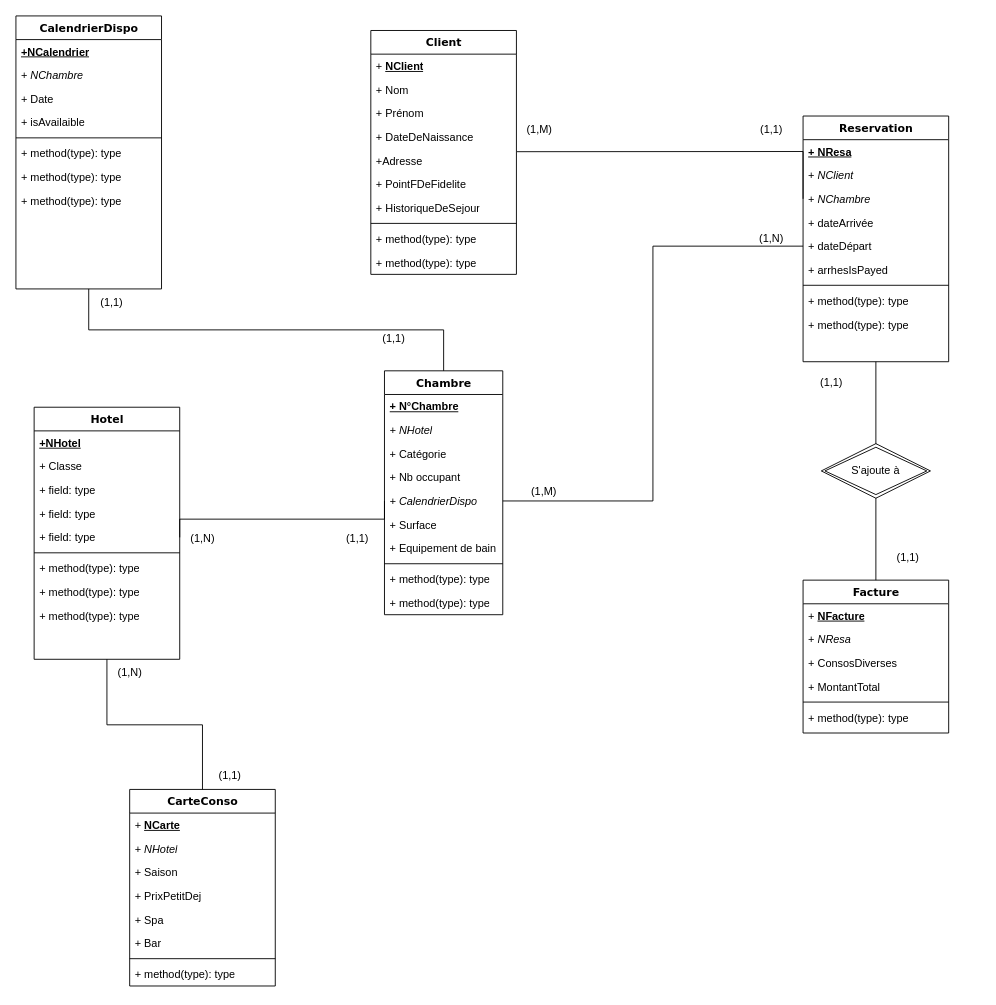
Earlier version of the draw.io diagram Untitled Diagram.drawio (Adrien-bot/Biostat-BDD). Source tidied: cells renumbered, new cells numbered last; positions are measured from the earlier drawing's top-left corner, leaving out a move shared by most shapes. Both pictures are drawn from the tidied source at 91%, with x=0, y=0 at pixel (15, 15).
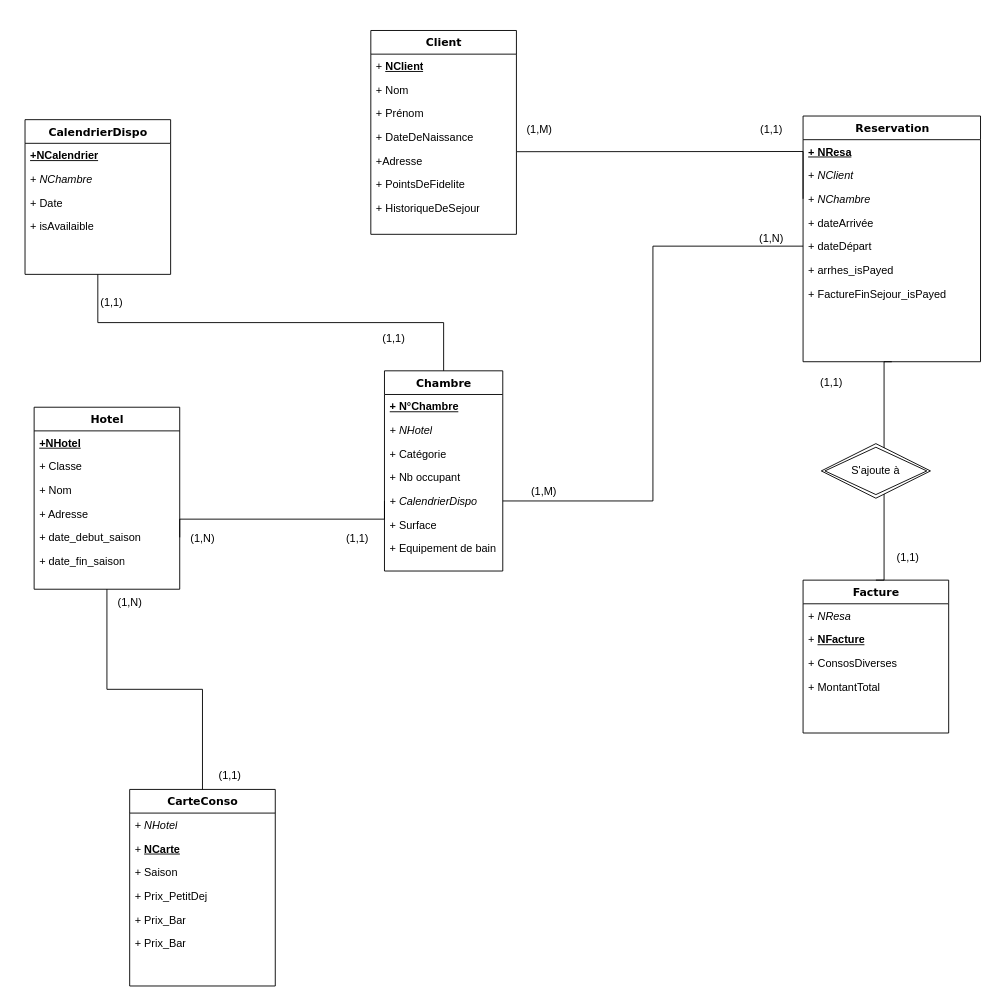
After the change.

Unchanged cells that the change refers to:
```xml
<mxCell id="54" value="Facture" style="swimlane;html=1;fontStyle=1;align=center;verticalAlign=top;horizontal=1;startSize=26;swimlaneFillColor=#ffffff;rounded=0;shadow=0;comic=0;labelBackgroundColor=none;strokeWidth=1;fillColor=none;fontFamily=Verdana;fontSize=12;" parent="1" vertex="1">
  <mxGeometry x="865" y="620" width="160" height="168" as="geometry" />
</mxCell>
<mxCell id="61" value="CarteConso" style="swimlane;html=1;fontStyle=1;align=center;verticalAlign=top;horizontal=1;startSize=26;swimlaneFillColor=#ffffff;rounded=0;shadow=0;comic=0;labelBackgroundColor=none;strokeWidth=1;fillColor=none;fontFamily=Verdana;fontSize=12;" parent="1" vertex="1">
  <mxGeometry x="125" y="850" width="160" height="216" as="geometry" />
</mxCell>
```

Change to the diagram source:
```diff
@@
     <mxCell id="3" value="Chambre" style="swimlane;html=1;fontStyle=1;align=center;verticalAlign=top;horizontal=1;startSize=26;swimlaneFillColor=#ffffff;rounded=0;shadow=0;comic=0;labelBackgroundColor=none;strokeWidth=1;fillColor=none;fontFamily=Verdana;fontSize=12;" parent="1" vertex="1">
-      <mxGeometry x="405" y="390" width="130" height="268" as="geometry" />
+      <mxGeometry x="405" y="390" width="130" height="220" as="geometry" />
     </mxCell>
@@
-    <mxCell id="11" style="line;html=1;strokeWidth=1;fillColor=none;align=left;verticalAlign=middle;spacingTop=-1;spacingLeft=3;spacingRight=3;labelPosition=right;" parent="3" vertex="1">
-      <mxGeometry y="208" width="130" height="8" as="geometry" />
-    </mxCell>
-    <mxCell id="12" value="+ method(type): type" style="text;html=1;strokeColor=none;fillColor=none;align=left;verticalAlign=top;spacingLeft=4;spacingRight=4;whiteSpace=wrap;overflow=hidden;" parent="3" vertex="1">
-      <mxGeometry y="216" width="130" height="26" as="geometry" />
-    </mxCell>
-    <mxCell id="13" value="+ method(type): type" style="text;html=1;strokeColor=none;fillColor=none;align=left;verticalAlign=top;spacingLeft=4;spacingRight=4;whiteSpace=wrap;overflow=hidden;" parent="3" vertex="1">
-      <mxGeometry y="242" width="130" height="26" as="geometry" />
-    </mxCell>
     <mxCell id="14" value="Hotel" style="swimlane;html=1;fontStyle=1;align=center;verticalAlign=top;horizontal=1;startSize=26;swimlaneFillColor=#ffffff;rounded=0;shadow=0;comic=0;labelBackgroundColor=none;strokeWidth=1;fillColor=none;fontFamily=Verdana;fontSize=12;" parent="1" vertex="1">
-      <mxGeometry x="20" y="430" width="160" height="277" as="geometry" />
+      <mxGeometry x="20" y="430" width="160" height="200" as="geometry" />
     </mxCell>
@@
-    <mxCell id="17" value="+ field: type" style="text;html=1;strokeColor=none;fillColor=none;align=left;verticalAlign=top;spacingLeft=4;spacingRight=4;whiteSpace=wrap;overflow=hidden;" parent="14" vertex="1">
+    <mxCell id="17" value="+ Nom" style="text;html=1;strokeColor=none;fillColor=none;align=left;verticalAlign=top;spacingLeft=4;spacingRight=4;whiteSpace=wrap;overflow=hidden;" parent="14" vertex="1">
       <mxGeometry y="78" width="160" height="26" as="geometry" />
     </mxCell>
-    <mxCell id="18" value="+ field: type" style="text;html=1;strokeColor=none;fillColor=none;align=left;verticalAlign=top;spacingLeft=4;spacingRight=4;whiteSpace=wrap;overflow=hidden;" parent="14" vertex="1">
+    <mxCell id="18" value="+ Adresse" style="text;html=1;strokeColor=none;fillColor=none;align=left;verticalAlign=top;spacingLeft=4;spacingRight=4;whiteSpace=wrap;overflow=hidden;" parent="14" vertex="1">
       <mxGeometry y="104" width="160" height="26" as="geometry" />
     </mxCell>
-    <mxCell id="19" value="+ field: type" style="text;html=1;strokeColor=none;fillColor=none;align=left;verticalAlign=top;spacingLeft=4;spacingRight=4;whiteSpace=wrap;overflow=hidden;points=[[0,0.5],[1,0.5]];portConstraint=eastwest;" parent="14" vertex="1">
+    <mxCell id="19" value="&lt;div&gt;+ date_debut_saison&lt;/div&gt;" style="text;html=1;strokeColor=none;fillColor=none;align=left;verticalAlign=top;spacingLeft=4;spacingRight=4;whiteSpace=wrap;overflow=hidden;points=[[0,0.5],[1,0.5]];portConstraint=eastwest;" parent="14" vertex="1">
       <mxGeometry y="130" width="160" height="26" as="geometry" />
     </mxCell>
-    <mxCell id="20" style="line;html=1;strokeWidth=1;fillColor=none;align=left;verticalAlign=middle;spacingTop=-1;spacingLeft=3;spacingRight=3;labelPosition=right;" parent="14" vertex="1">
-      <mxGeometry y="156" width="160" height="8" as="geometry" />
-    </mxCell>
-    <mxCell id="21" value="+ method(type): type" style="text;html=1;strokeColor=none;fillColor=none;align=left;verticalAlign=top;spacingLeft=4;spacingRight=4;whiteSpace=wrap;overflow=hidden;" parent="14" vertex="1">
-      <mxGeometry y="164" width="160" height="26" as="geometry" />
-    </mxCell>
-    <mxCell id="22" value="+ method(type): type" style="text;html=1;strokeColor=none;fillColor=none;align=left;verticalAlign=top;spacingLeft=4;spacingRight=4;whiteSpace=wrap;overflow=hidden;" parent="14" vertex="1">
-      <mxGeometry y="190" width="160" height="26" as="geometry" />
-    </mxCell>
-    <mxCell id="23" value="+ method(type): type" style="text;html=1;strokeColor=none;fillColor=none;align=left;verticalAlign=top;spacingLeft=4;spacingRight=4;whiteSpace=wrap;overflow=hidden;" parent="14" vertex="1">
-      <mxGeometry y="216" width="160" height="26" as="geometry" />
-    </mxCell>
+    <mxCell id="90" value="&lt;div&gt;+ date_fin_saison&lt;/div&gt;" style="text;html=1;strokeColor=none;fillColor=none;align=left;verticalAlign=top;spacingLeft=4;spacingRight=4;whiteSpace=wrap;overflow=hidden;" parent="14" vertex="1">
+      <mxGeometry y="156" width="160" height="26" as="geometry" />
+    </mxCell>
     <mxCell id="24" value="Client" style="swimlane;html=1;fontStyle=1;align=center;verticalAlign=top;horizontal=1;startSize=26;swimlaneFillColor=#ffffff;rounded=0;shadow=0;comic=0;labelBackgroundColor=none;strokeWidth=1;fillColor=none;fontFamily=Verdana;fontSize=12;" parent="1" vertex="1">
-      <mxGeometry x="390" y="16" width="160" height="268" as="geometry" />
+      <mxGeometry x="390" y="16" width="160" height="224" as="geometry" />
     </mxCell>
@@
-    <mxCell id="30" value="+ PointFDeFidelite" style="text;html=1;strokeColor=none;fillColor=none;align=left;verticalAlign=top;spacingLeft=4;spacingRight=4;whiteSpace=wrap;overflow=hidden;" parent="24" vertex="1">
+    <mxCell id="30" value="+ PointsDeFidelite" style="text;html=1;strokeColor=none;fillColor=none;align=left;verticalAlign=top;spacingLeft=4;spacingRight=4;whiteSpace=wrap;overflow=hidden;" parent="24" vertex="1">
       <mxGeometry y="156" width="160" height="26" as="geometry" />
     </mxCell>
@@
-    <mxCell id="32" style="line;html=1;strokeWidth=1;fillColor=none;align=left;verticalAlign=middle;spacingTop=-1;spacingLeft=3;spacingRight=3;labelPosition=right;" parent="24" vertex="1">
-      <mxGeometry y="208" width="160" height="8" as="geometry" />
-    </mxCell>
-    <mxCell id="33" value="+ method(type): type" style="text;html=1;strokeColor=none;fillColor=none;align=left;verticalAlign=top;spacingLeft=4;spacingRight=4;whiteSpace=wrap;overflow=hidden;" parent="24" vertex="1">
-      <mxGeometry y="216" width="160" height="26" as="geometry" />
-    </mxCell>
-    <mxCell id="34" value="+ method(type): type" style="text;html=1;strokeColor=none;fillColor=none;align=left;verticalAlign=top;spacingLeft=4;spacingRight=4;whiteSpace=wrap;overflow=hidden;" parent="24" vertex="1">
-      <mxGeometry y="242" width="160" height="26" as="geometry" />
-    </mxCell>
     <mxCell id="35" value="CalendrierDispo" style="swimlane;html=1;fontStyle=1;align=center;verticalAlign=top;horizontal=1;startSize=26;swimlaneFillColor=#ffffff;rounded=0;shadow=0;comic=0;labelBackgroundColor=none;strokeWidth=1;fillColor=none;fontFamily=Verdana;fontSize=12;" parent="1" vertex="1">
-      <mxGeometry width="160" height="300" as="geometry" />
+      <mxGeometry x="10" y="114" width="160" height="170" as="geometry" />
     </mxCell>
@@
-    <mxCell id="40" style="line;html=1;strokeWidth=1;fillColor=none;align=left;verticalAlign=middle;spacingTop=-1;spacingLeft=3;spacingRight=3;labelPosition=right;" parent="35" vertex="1">
-      <mxGeometry y="130" width="160" height="8" as="geometry" />
-    </mxCell>
-    <mxCell id="41" value="+ method(type): type" style="text;html=1;strokeColor=none;fillColor=none;align=left;verticalAlign=top;spacingLeft=4;spacingRight=4;whiteSpace=wrap;overflow=hidden;" parent="35" vertex="1">
-      <mxGeometry y="138" width="160" height="26" as="geometry" />
-    </mxCell>
-    <mxCell id="42" value="+ method(type): type" style="text;html=1;strokeColor=none;fillColor=none;align=left;verticalAlign=top;spacingLeft=4;spacingRight=4;whiteSpace=wrap;overflow=hidden;" parent="35" vertex="1">
-      <mxGeometry y="164" width="160" height="26" as="geometry" />
-    </mxCell>
-    <mxCell id="43" value="+ method(type): type" style="text;html=1;strokeColor=none;fillColor=none;align=left;verticalAlign=top;spacingLeft=4;spacingRight=4;whiteSpace=wrap;overflow=hidden;" parent="35" vertex="1">
-      <mxGeometry y="190" width="160" height="26" as="geometry" />
-    </mxCell>
     <mxCell id="44" value="Reservation" style="swimlane;html=1;fontStyle=1;align=center;verticalAlign=top;horizontal=1;startSize=26;swimlaneFillColor=#ffffff;rounded=0;shadow=0;comic=0;labelBackgroundColor=none;strokeWidth=1;fillColor=none;fontFamily=Verdana;fontSize=12;" parent="1" vertex="1">
-      <mxGeometry x="865" y="110" width="160" height="270" as="geometry" />
+      <mxGeometry x="865" y="110" width="195" height="270" as="geometry" />
     </mxCell>
     <mxCell id="45" value="&lt;b&gt;&lt;u&gt;+ NResa&lt;/u&gt;&lt;/b&gt;" style="text;html=1;strokeColor=none;fillColor=none;align=left;verticalAlign=top;spacingLeft=4;spacingRight=4;whiteSpace=wrap;overflow=hidden;" parent="44" vertex="1">
-      <mxGeometry y="26" width="160" height="26" as="geometry" />
+      <mxGeometry y="26" width="195" height="26" as="geometry" />
     </mxCell>
     <mxCell id="46" value="+ &lt;i&gt;NClient&lt;/i&gt;" style="text;html=1;strokeColor=none;fillColor=none;align=left;verticalAlign=top;spacingLeft=4;spacingRight=4;whiteSpace=wrap;overflow=hidden;" parent="44" vertex="1">
-      <mxGeometry y="52" width="160" height="26" as="geometry" />
+      <mxGeometry y="52" width="195" height="26" as="geometry" />
     </mxCell>
     <mxCell id="47" value="+ &lt;i&gt;NChambre&lt;/i&gt;" style="text;html=1;strokeColor=none;fillColor=none;align=left;verticalAlign=top;spacingLeft=4;spacingRight=4;whiteSpace=wrap;overflow=hidden;points=[[0,0.5],[1,0.5]];portConstraint=eastwest;" parent="44" vertex="1">
-      <mxGeometry y="78" width="160" height="26" as="geometry" />
+      <mxGeometry y="78" width="195" height="26" as="geometry" />
     </mxCell>
     <mxCell id="48" value="+ dateArrivée" style="text;html=1;strokeColor=none;fillColor=none;align=left;verticalAlign=top;spacingLeft=4;spacingRight=4;whiteSpace=wrap;overflow=hidden;" parent="44" vertex="1">
-      <mxGeometry y="104" width="160" height="26" as="geometry" />
+      <mxGeometry y="104" width="195" height="26" as="geometry" />
     </mxCell>
     <mxCell id="49" value="+ dateDépart" style="text;html=1;strokeColor=none;fillColor=none;align=left;verticalAlign=top;spacingLeft=4;spacingRight=4;whiteSpace=wrap;overflow=hidden;points=[[0,0.5],[1,0.5]];portConstraint=eastwest;" parent="44" vertex="1">
-      <mxGeometry y="130" width="160" height="26" as="geometry" />
+      <mxGeometry y="130" width="195" height="26" as="geometry" />
     </mxCell>
-    <mxCell id="50" value="+ arrhesIsPayed" style="text;html=1;strokeColor=none;fillColor=none;align=left;verticalAlign=top;spacingLeft=4;spacingRight=4;whiteSpace=wrap;overflow=hidden;" parent="44" vertex="1">
-      <mxGeometry y="156" width="160" height="26" as="geometry" />
+    <mxCell id="50" value="+ arrhes_isPayed" style="text;html=1;strokeColor=none;fillColor=none;align=left;verticalAlign=top;spacingLeft=4;spacingRight=4;whiteSpace=wrap;overflow=hidden;" parent="44" vertex="1">
+      <mxGeometry y="156" width="195" height="26" as="geometry" />
     </mxCell>
-    <mxCell id="51" style="line;html=1;strokeWidth=1;fillColor=none;align=left;verticalAlign=middle;spacingTop=-1;spacingLeft=3;spacingRight=3;labelPosition=right;" parent="44" vertex="1">
-      <mxGeometry y="182" width="160" height="8" as="geometry" />
-    </mxCell>
-    <mxCell id="52" value="+ method(type): type" style="text;html=1;strokeColor=none;fillColor=none;align=left;verticalAlign=top;spacingLeft=4;spacingRight=4;whiteSpace=wrap;overflow=hidden;" parent="44" vertex="1">
-      <mxGeometry y="190" width="160" height="26" as="geometry" />
-    </mxCell>
-    <mxCell id="53" value="+ method(type): type" style="text;html=1;strokeColor=none;fillColor=none;align=left;verticalAlign=top;spacingLeft=4;spacingRight=4;whiteSpace=wrap;overflow=hidden;" parent="44" vertex="1">
-      <mxGeometry y="216" width="160" height="26" as="geometry" />
-    </mxCell>
+    <mxCell id="91" value="+ FactureFinSejour_isPayed" style="text;html=1;strokeColor=none;fillColor=none;align=left;verticalAlign=top;spacingLeft=4;spacingRight=4;whiteSpace=wrap;overflow=hidden;" parent="44" vertex="1">
+      <mxGeometry y="182" width="195" height="48" as="geometry" />
+    </mxCell>
@@
+    <mxCell id="56" value="+ &lt;i&gt;NResa&lt;/i&gt;" style="text;html=1;strokeColor=none;fillColor=none;align=left;verticalAlign=top;spacingLeft=4;spacingRight=4;whiteSpace=wrap;overflow=hidden;" parent="54" vertex="1">
+      <mxGeometry y="26" width="160" height="26" as="geometry" />
+    </mxCell>
     <mxCell id="55" value="+ &lt;b&gt;&lt;u&gt;NFacture&lt;/u&gt;&lt;/b&gt;" style="text;html=1;strokeColor=none;fillColor=none;align=left;verticalAlign=top;spacingLeft=4;spacingRight=4;whiteSpace=wrap;overflow=hidden;" parent="54" vertex="1">
-      <mxGeometry y="26" width="160" height="26" as="geometry" />
+      <mxGeometry y="52" width="160" height="26" as="geometry" />
     </mxCell>
-    <mxCell id="56" value="+ &lt;i&gt;NResa&lt;/i&gt;" style="text;html=1;strokeColor=none;fillColor=none;align=left;verticalAlign=top;spacingLeft=4;spacingRight=4;whiteSpace=wrap;overflow=hidden;" parent="54" vertex="1">
-      <mxGeometry y="52" width="160" height="26" as="geometry" />
-    </mxCell>
@@
-    <mxCell id="59" style="line;html=1;strokeWidth=1;fillColor=none;align=left;verticalAlign=middle;spacingTop=-1;spacingLeft=3;spacingRight=3;labelPosition=right;" parent="54" vertex="1">
-      <mxGeometry y="130" width="160" height="8" as="geometry" />
-    </mxCell>
-    <mxCell id="60" value="+ method(type): type" style="text;html=1;strokeColor=none;fillColor=none;align=left;verticalAlign=top;spacingLeft=4;spacingRight=4;whiteSpace=wrap;overflow=hidden;" parent="54" vertex="1">
-      <mxGeometry y="138" width="160" height="26" as="geometry" />
-    </mxCell>
@@
+    <mxCell id="63" value="+ &lt;i&gt;NHotel&lt;/i&gt;" style="text;html=1;strokeColor=none;fillColor=none;align=left;verticalAlign=top;spacingLeft=4;spacingRight=4;whiteSpace=wrap;overflow=hidden;" parent="61" vertex="1">
+      <mxGeometry y="26" width="160" height="26" as="geometry" />
+    </mxCell>
     <mxCell id="62" value="+ &lt;b&gt;&lt;u&gt;NCarte&lt;/u&gt;&lt;/b&gt;" style="text;html=1;strokeColor=none;fillColor=none;align=left;verticalAlign=top;spacingLeft=4;spacingRight=4;whiteSpace=wrap;overflow=hidden;" parent="61" vertex="1">
-      <mxGeometry y="26" width="160" height="26" as="geometry" />
+      <mxGeometry y="52" width="160" height="26" as="geometry" />
     </mxCell>
-    <mxCell id="63" value="+ &lt;i&gt;NHotel&lt;/i&gt;" style="text;html=1;strokeColor=none;fillColor=none;align=left;verticalAlign=top;spacingLeft=4;spacingRight=4;whiteSpace=wrap;overflow=hidden;" parent="61" vertex="1">
-      <mxGeometry y="52" width="160" height="26" as="geometry" />
-    </mxCell>
@@
-    <mxCell id="65" value="+ PrixPetitDej" style="text;html=1;strokeColor=none;fillColor=none;align=left;verticalAlign=top;spacingLeft=4;spacingRight=4;whiteSpace=wrap;overflow=hidden;" parent="61" vertex="1">
+    <mxCell id="65" value="+ Prix_PetitDej" style="text;html=1;strokeColor=none;fillColor=none;align=left;verticalAlign=top;spacingLeft=4;spacingRight=4;whiteSpace=wrap;overflow=hidden;" parent="61" vertex="1">
       <mxGeometry y="104" width="160" height="26" as="geometry" />
     </mxCell>
-    <mxCell id="66" value="+ Spa" style="text;html=1;strokeColor=none;fillColor=none;align=left;verticalAlign=top;spacingLeft=4;spacingRight=4;whiteSpace=wrap;overflow=hidden;" parent="61" vertex="1">
+    <mxCell id="66" value="+ Prix_Bar" style="text;html=1;strokeColor=none;fillColor=none;align=left;verticalAlign=top;spacingLeft=4;spacingRight=4;whiteSpace=wrap;overflow=hidden;" parent="61" vertex="1">
       <mxGeometry y="130" width="160" height="26" as="geometry" />
     </mxCell>
-    <mxCell id="67" value="+ Bar" style="text;html=1;strokeColor=none;fillColor=none;align=left;verticalAlign=top;spacingLeft=4;spacingRight=4;whiteSpace=wrap;overflow=hidden;" parent="61" vertex="1">
+    <mxCell id="67" value="+ Prix_Bar" style="text;html=1;strokeColor=none;fillColor=none;align=left;verticalAlign=top;spacingLeft=4;spacingRight=4;whiteSpace=wrap;overflow=hidden;" parent="61" vertex="1">
       <mxGeometry y="156" width="160" height="26" as="geometry" />
     </mxCell>
-    <mxCell id="68" style="line;html=1;strokeWidth=1;fillColor=none;align=left;verticalAlign=middle;spacingTop=-1;spacingLeft=3;spacingRight=3;labelPosition=right;" parent="61" vertex="1">
-      <mxGeometry y="182" width="160" height="8" as="geometry" />
-    </mxCell>
-    <mxCell id="69" value="+ method(type): type" style="text;html=1;strokeColor=none;fillColor=none;align=left;verticalAlign=top;spacingLeft=4;spacingRight=4;whiteSpace=wrap;overflow=hidden;" parent="61" vertex="1">
-      <mxGeometry y="190" width="160" height="26" as="geometry" />
-    </mxCell>
@@
     <mxCell id="85" value="(1,N)" style="text;html=1;align=center;verticalAlign=middle;strokeColor=none;fillColor=none;" parent="1" vertex="1">
-      <mxGeometry x="100" y="707" width="50" height="30" as="geometry" />
+      <mxGeometry x="100" y="630" width="50" height="30" as="geometry" />
     </mxCell>
```
